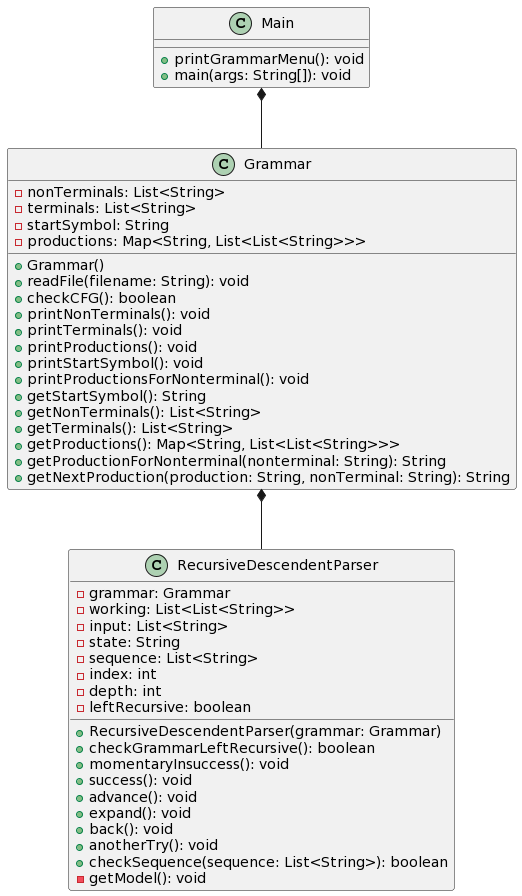
Above: classDiagram.png in 917tapoimarius/LFTC_Parser (PlantUML), before the change.
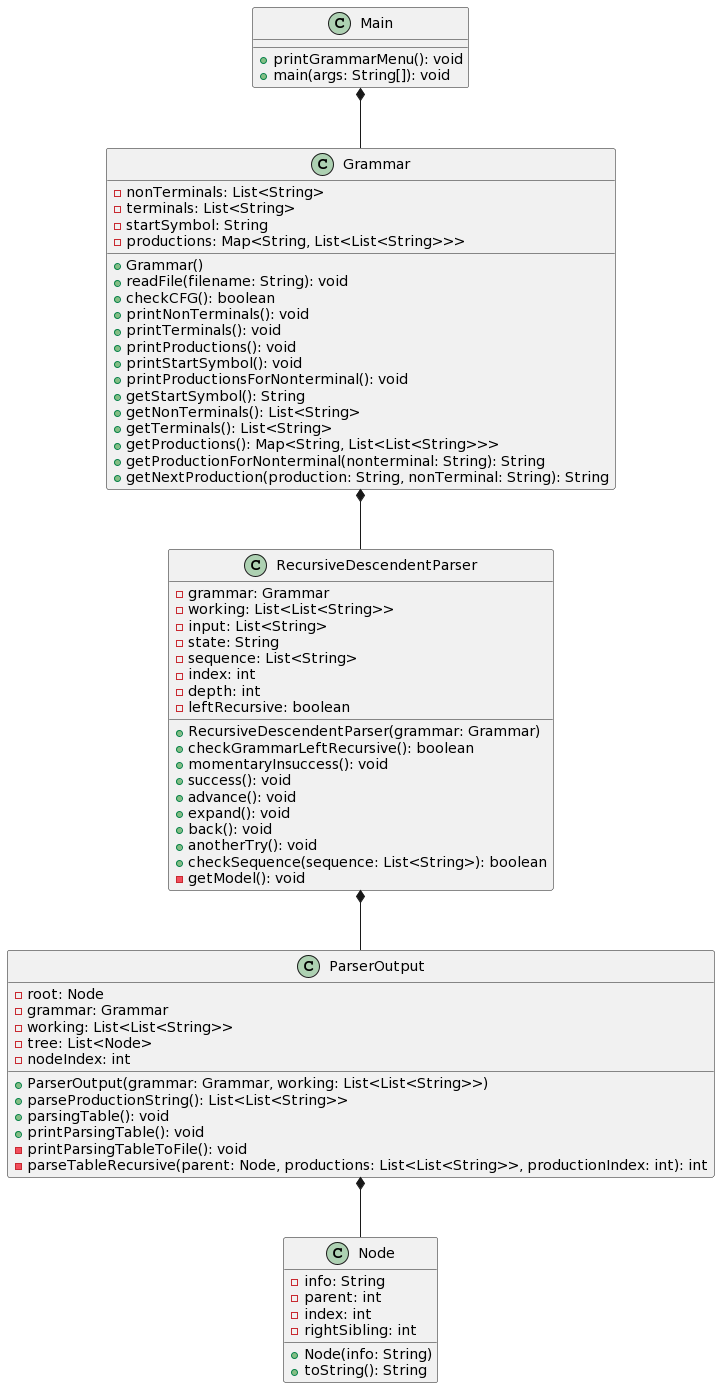
After the commit.

What changed in the source:
```diff
@@ -46,6 +46,33 @@
     - getModel(): void
 }
 
+class Node {
+    - info: String
+    - parent: int
+    - index: int
+    - rightSibling: int
+
+    + Node(info: String)
+    + toString(): String
+}
+
+class ParserOutput {
+    - root: Node
+    - grammar: Grammar
+    - working: List<List<String>>
+    - tree: List<Node>
+    - nodeIndex: int
+
+    + ParserOutput(grammar: Grammar, working: List<List<String>>)
+    + parseProductionString(): List<List<String>>
+    + parsingTable(): void
+    + printParsingTable(): void
+    - printParsingTableToFile(): void
+    - parseTableRecursive(parent: Node, productions: List<List<String>>, productionIndex: int): int
+}
+
 Main *-- Grammar
 Grammar *-- RecursiveDescendentParser
+RecursiveDescendentParser *-- ParserOutput
+ParserOutput *-- Node
 @enduml
```
